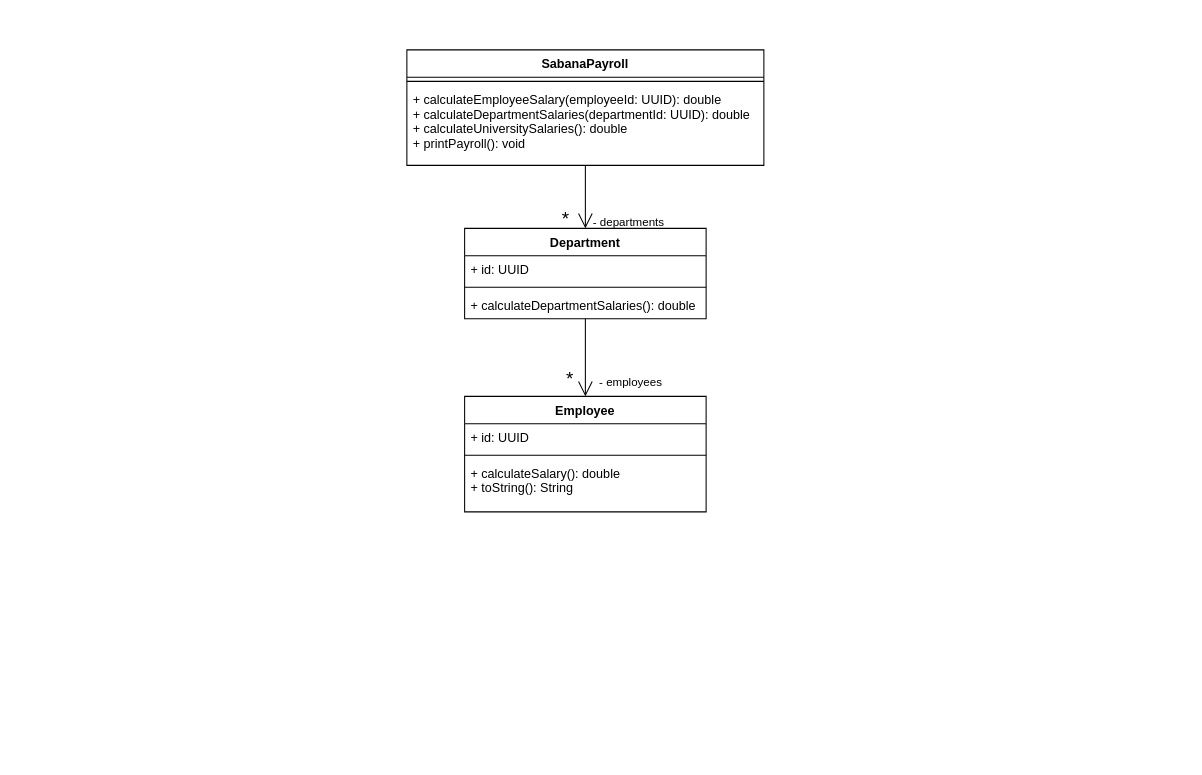
Before: diagrams/sabanapayroll-class-diagram.drawio in Sprastrum/MUNOZ-SANTOS-SABANA-POOB-2021-1-LAB-INHERITANCE, a draw.io diagram. Source tidied: cells renumbered, new cells numbered last; positions are measured from the earlier drawing's top-left corner, leaving out a move shared by most shapes. Both pictures are drawn from the tidied source at 105%, with x=0, y=0 at pixel (406, 49).
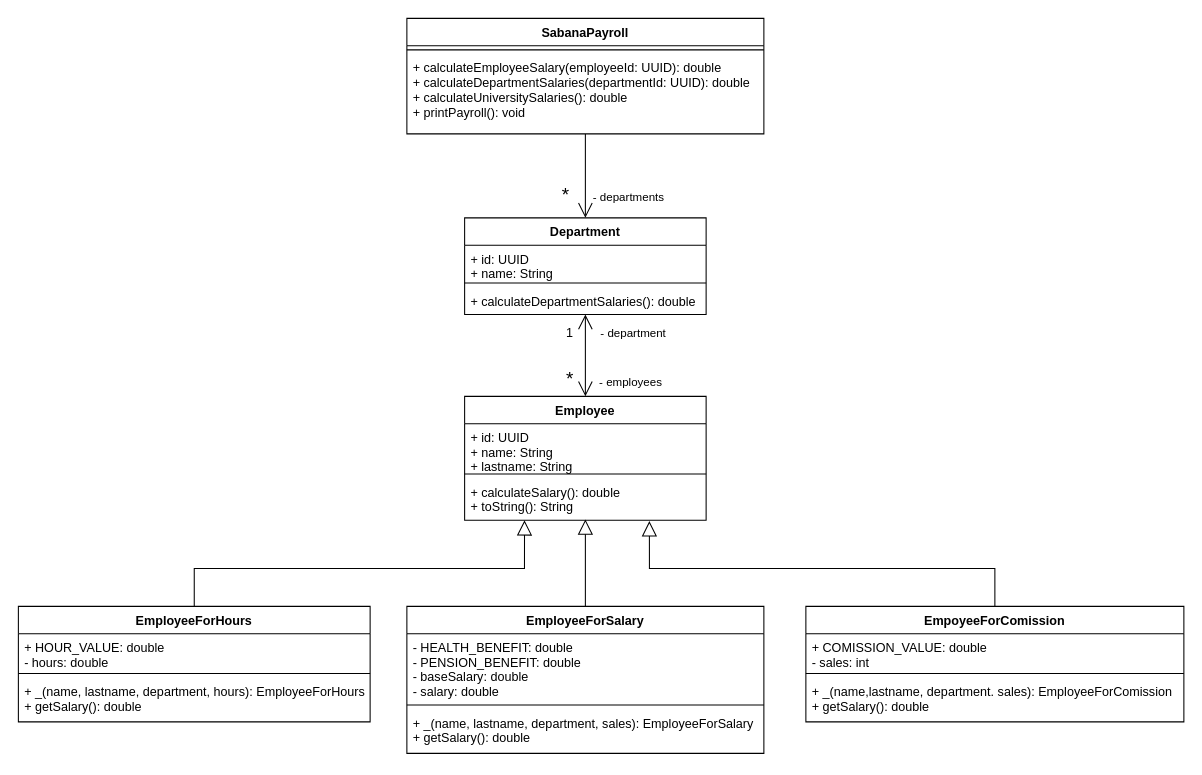
The same page after the edit.

Diff of the diagram source:
```diff
@@
     <mxCell id="5" value="SabanaPayroll" style="swimlane;fontStyle=1;align=center;verticalAlign=top;horizontal=1;startSize=26;" parent="1" vertex="1">
-      <mxGeometry width="340" height="110" as="geometry" />
+      <mxGeometry y="-30" width="340" height="110" as="geometry" />
     </mxCell>
@@
-    <mxCell id="8" style="edgeStyle=orthogonalEdgeStyle;rounded=0;jettySize=auto;html=1;entryX=0.5;entryY=0;entryDx=0;entryDy=0;endArrow=open;endFill=0;endSize=12;" parent="1" edge="1" source="9" target="13">
+    <mxCell id="8" style="edgeStyle=orthogonalEdgeStyle;rounded=0;jettySize=auto;html=1;entryX=0.5;entryY=0;entryDx=0;entryDy=0;endArrow=open;endFill=0;endSize=12;startArrow=open;startFill=0;targetPerimeterSpacing=0;startSize=12;" parent="1" edge="1" source="9" target="13">
       <mxGeometry relative="1" as="geometry" />
     </mxCell>
     <mxCell id="9" value="Department" style="swimlane;fontStyle=1;align=center;verticalAlign=top;horizontal=1;startSize=26;" parent="1" vertex="1">
-      <mxGeometry x="55" y="170" width="230" height="86" as="geometry" />
+      <mxGeometry x="55" y="160" width="230" height="92" as="geometry" />
     </mxCell>
-    <mxCell id="10" value="+ id: UUID" style="text;strokeColor=none;fillColor=none;align=left;verticalAlign=top;spacingLeft=4;spacingRight=4;overflow=hidden;" parent="9" vertex="1">
-      <mxGeometry y="26" width="230" height="26" as="geometry" />
+    <mxCell id="10" value="+ id: UUID&#10;+ name: String" style="text;strokeColor=none;fillColor=none;align=left;verticalAlign=top;spacingLeft=4;spacingRight=4;overflow=hidden;" parent="9" vertex="1">
+      <mxGeometry y="26" width="230" height="32" as="geometry" />
     </mxCell>
     <mxCell id="11" style="line;strokeWidth=1;fillColor=none;align=left;verticalAlign=middle;spacingTop=-1;spacingLeft=3;spacingRight=3;labelPosition=right;" parent="9" vertex="1">
-      <mxGeometry y="52" width="230" height="8" as="geometry" />
+      <mxGeometry y="58" width="230" height="8" as="geometry" />
     </mxCell>
     <mxCell id="12" value="+ calculateDepartmentSalaries(): double" style="text;strokeColor=none;fillColor=none;align=left;verticalAlign=top;spacingLeft=4;spacingRight=4;overflow=hidden;" parent="9" vertex="1">
-      <mxGeometry y="60" width="230" height="26" as="geometry" />
+      <mxGeometry y="66" width="230" height="26" as="geometry" />
     </mxCell>
     <mxCell id="13" value="Employee" style="swimlane;fontStyle=1;align=center;verticalAlign=top;horizontal=1;startSize=26;" parent="1" vertex="1">
-      <mxGeometry x="55" y="330" width="230" height="110" as="geometry" />
+      <mxGeometry x="55" y="330" width="230" height="118" as="geometry" />
     </mxCell>
-    <mxCell id="14" value="+ id: UUID" style="text;strokeColor=none;fillColor=none;align=left;verticalAlign=top;spacingLeft=4;spacingRight=4;overflow=hidden;" parent="13" vertex="1">
-      <mxGeometry y="26" width="230" height="26" as="geometry" />
+    <mxCell id="14" value="+ id: UUID&#10;+ name: String&#10;+ lastname: String" style="text;strokeColor=none;fillColor=none;align=left;verticalAlign=top;spacingLeft=4;spacingRight=4;overflow=hidden;" parent="13" vertex="1">
+      <mxGeometry y="26" width="230" height="44" as="geometry" />
     </mxCell>
     <mxCell id="15" style="line;strokeWidth=1;fillColor=none;align=left;verticalAlign=middle;spacingTop=-1;spacingLeft=3;spacingRight=3;labelPosition=right;" parent="13" vertex="1">
-      <mxGeometry y="52" width="230" height="8" as="geometry" />
+      <mxGeometry y="70" width="230" height="8" as="geometry" />
     </mxCell>
     <mxCell id="16" value="+ calculateSalary(): double&#10;+ toString(): String" style="text;strokeColor=none;fillColor=none;align=left;verticalAlign=top;spacingLeft=4;spacingRight=4;overflow=hidden;points=[[0,0.5],[1,0.5]];portConstraint=eastwest;" parent="13" vertex="1">
-      <mxGeometry y="60" width="230" height="50" as="geometry" />
+      <mxGeometry y="78" width="230" height="40" as="geometry" />
     </mxCell>
@@
+    <mxCell id="19" style="edgeStyle=orthogonalEdgeStyle;rounded=0;jettySize=auto;html=1;entryX=0.248;entryY=1;entryDx=0;entryDy=0;entryPerimeter=0;endArrow=block;endFill=0;endSize=12;" parent="1" edge="1" source="20" target="16">
+      <mxGeometry relative="1" as="geometry" />
+    </mxCell>
+    <mxCell id="20" value="EmployeeForHours" style="swimlane;fontStyle=1;align=center;verticalAlign=top;horizontal=1;startSize=26;" parent="1" vertex="1">
+      <mxGeometry x="-370" y="530" width="335" height="110" as="geometry" />
+    </mxCell>
+    <mxCell id="21" value="+ HOUR_VALUE: double&#10;- hours: double" style="text;strokeColor=none;fillColor=none;align=left;verticalAlign=top;spacingLeft=4;spacingRight=4;overflow=hidden;" parent="20" vertex="1">
+      <mxGeometry y="26" width="335" height="34" as="geometry" />
+    </mxCell>
+    <mxCell id="22" style="line;strokeWidth=1;fillColor=none;align=left;verticalAlign=middle;spacingTop=-1;spacingLeft=3;spacingRight=3;labelPosition=right;" parent="20" vertex="1">
+      <mxGeometry y="60" width="335" height="8" as="geometry" />
+    </mxCell>
+    <mxCell id="23" value="+ _(name, lastname, department, hours): EmployeeForHours&#10;+ getSalary(): double" style="text;strokeColor=none;fillColor=none;align=left;verticalAlign=top;spacingLeft=4;spacingRight=4;overflow=hidden;" parent="20" vertex="1">
+      <mxGeometry y="68" width="335" height="42" as="geometry" />
+    </mxCell>
+    <mxCell id="24" style="edgeStyle=orthogonalEdgeStyle;rounded=0;jettySize=auto;html=1;exitX=0.5;exitY=0;exitDx=0;exitDy=0;entryX=0.5;entryY=0.98;entryDx=0;entryDy=0;entryPerimeter=0;endArrow=block;endFill=0;endSize=12;" parent="1" edge="1" source="25" target="16">
+      <mxGeometry relative="1" as="geometry" />
+    </mxCell>
+    <mxCell id="25" value="EmployeeForSalary" style="swimlane;fontStyle=1;align=center;verticalAlign=top;horizontal=1;startSize=26;" parent="1" vertex="1">
+      <mxGeometry y="530" width="340" height="140" as="geometry" />
+    </mxCell>
+    <mxCell id="26" value="- HEALTH_BENEFIT: double&#10;- PENSION_BENEFIT: double&#10;- baseSalary: double&#10;- salary: double" style="text;strokeColor=none;fillColor=none;align=left;verticalAlign=top;spacingLeft=4;spacingRight=4;overflow=hidden;" parent="25" vertex="1">
+      <mxGeometry y="26" width="340" height="64" as="geometry" />
+    </mxCell>
+    <mxCell id="27" style="line;strokeWidth=1;fillColor=none;align=left;verticalAlign=middle;spacingTop=-1;spacingLeft=3;spacingRight=3;labelPosition=right;" parent="25" vertex="1">
+      <mxGeometry y="90" width="340" height="8" as="geometry" />
+    </mxCell>
+    <mxCell id="28" value="+ _(name, lastname, department, sales): EmployeeForSalary&#10;+ getSalary(): double" style="text;strokeColor=none;fillColor=none;align=left;verticalAlign=top;spacingLeft=4;spacingRight=4;overflow=hidden;" parent="25" vertex="1">
+      <mxGeometry y="98" width="340" height="42" as="geometry" />
+    </mxCell>
+    <mxCell id="29" style="edgeStyle=orthogonalEdgeStyle;rounded=0;jettySize=auto;html=1;entryX=0.765;entryY=1.02;entryDx=0;entryDy=0;entryPerimeter=0;endArrow=block;endFill=0;endSize=12;" parent="1" edge="1" source="30" target="16">
+      <mxGeometry relative="1" as="geometry" />
+    </mxCell>
+    <mxCell id="30" value="EmpoyeeForComission" style="swimlane;fontStyle=1;align=center;verticalAlign=top;horizontal=1;startSize=26;" parent="1" vertex="1">
+      <mxGeometry x="380" y="530" width="360" height="110" as="geometry" />
+    </mxCell>
+    <mxCell id="31" value="+ COMISSION_VALUE: double&#10;- sales: int" style="text;strokeColor=none;fillColor=none;align=left;verticalAlign=top;spacingLeft=4;spacingRight=4;overflow=hidden;" parent="30" vertex="1">
+      <mxGeometry y="26" width="360" height="34" as="geometry" />
+    </mxCell>
+    <mxCell id="32" style="line;strokeWidth=1;fillColor=none;align=left;verticalAlign=middle;spacingTop=-1;spacingLeft=3;spacingRight=3;labelPosition=right;" parent="30" vertex="1">
+      <mxGeometry y="60" width="360" height="8" as="geometry" />
+    </mxCell>
+    <mxCell id="33" value="+ _(name,lastname, department. sales): EmployeeForComission&#10;+ getSalary(): double" style="text;strokeColor=none;fillColor=none;align=left;verticalAlign=top;spacingLeft=4;spacingRight=4;overflow=hidden;" parent="30" vertex="1">
+      <mxGeometry y="68" width="360" height="42" as="geometry" />
+    </mxCell>
+    <mxCell id="34" value="1&amp;nbsp; &amp;nbsp;" style="text;html=1;align=center;verticalAlign=middle;" parent="1" vertex="1">
+      <mxGeometry x="145" y="260" width="30" height="20" as="geometry" />
+    </mxCell>
+    <mxCell id="35" value="&lt;font style=&quot;font-size: 11px&quot;&gt;- department&amp;nbsp; &amp;nbsp;&lt;/font&gt;" style="text;html=1;align=center;verticalAlign=middle;" parent="1" vertex="1">
+      <mxGeometry x="175" y="260" width="90" height="20" as="geometry" />
+    </mxCell>
```
